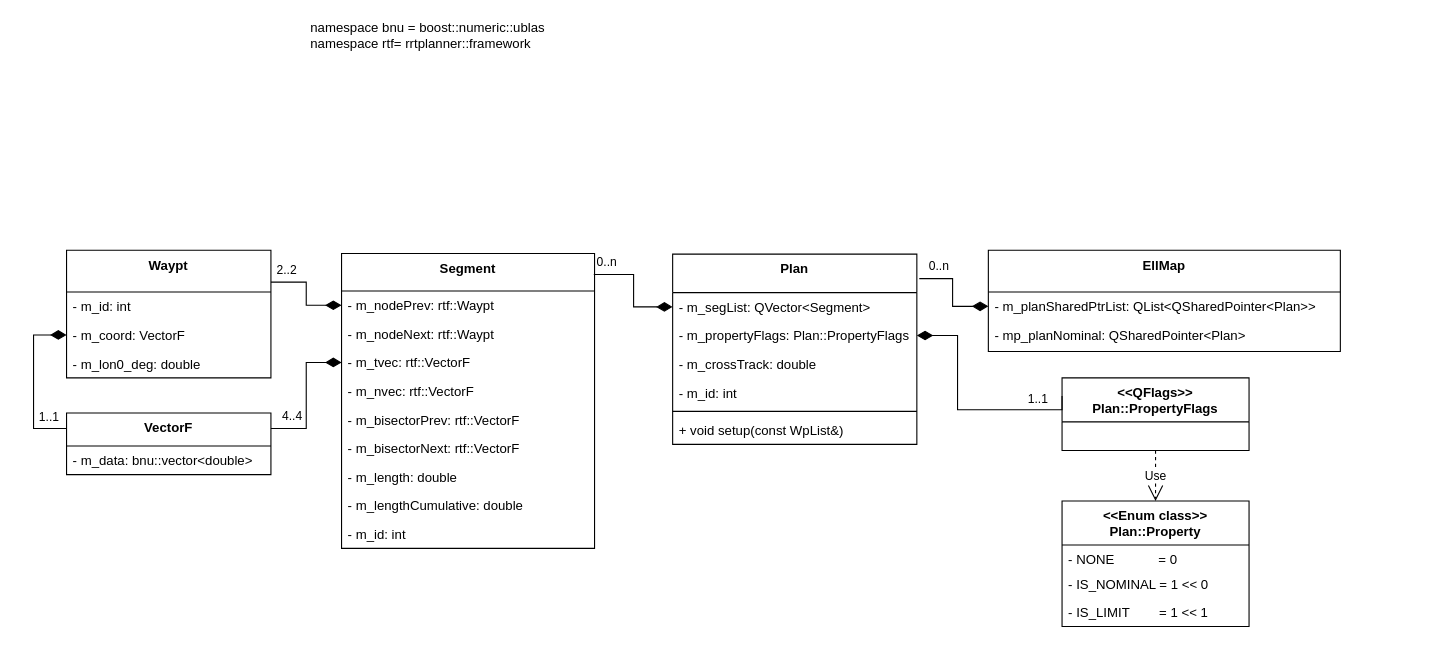
Before: page "Framework: Data Structs" (1 of 6) of doc/RrtPlannerLib.drawio in yewcw75/TestRepo, a draw.io diagram. Source tidied: cells renumbered, new cells numbered last; positions are measured from the earlier drawing's top-left corner, leaving out a move shared by most shapes. Both pictures are drawn from the tidied source at 110%, with x=0, y=0 at pixel (33, 19).
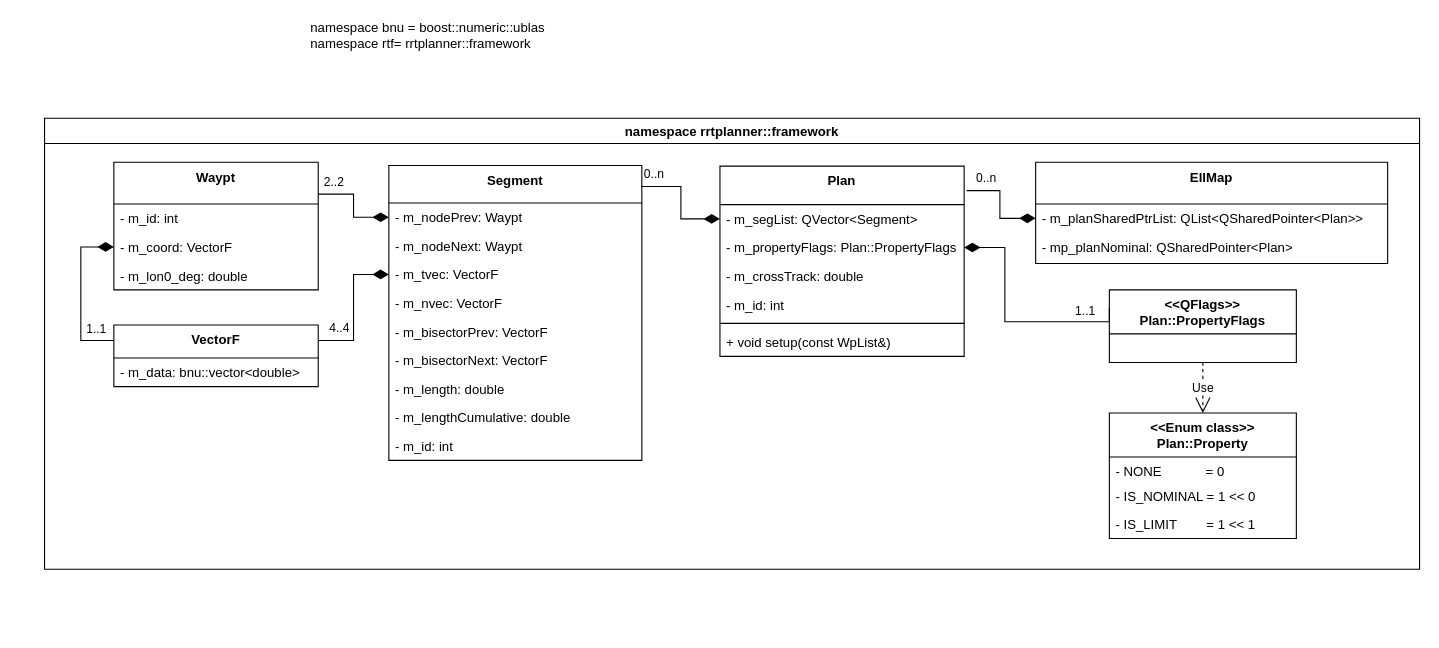
Above is the later version.

Unchanged cells that the change refers to:
```xml
<mxCell id="13" value="- m_segList: QVector&lt;Segment&gt;" style="text;strokeColor=none;fillColor=none;align=left;verticalAlign=top;spacingLeft=4;spacingRight=4;overflow=hidden;points=[[0,0.5],[1,0.5]];portConstraint=eastwest;" parent="12" vertex="1">
  <mxGeometry y="35" width="222" height="26" as="geometry" />
</mxCell>
<mxCell id="14" value="- m_propertyFlags: Plan::PropertyFlags" style="text;strokeColor=none;fillColor=none;align=left;verticalAlign=top;spacingLeft=4;spacingRight=4;overflow=hidden;points=[[0,0.5],[1,0.5]];portConstraint=eastwest;" parent="12" vertex="1">
  <mxGeometry y="61" width="222" height="26" as="geometry" />
</mxCell>
<mxCell id="21" value="- m_planSharedPtrList: QList&lt;QSharedPointer&lt;Plan&gt;&gt;" style="text;strokeColor=none;fillColor=none;align=left;verticalAlign=top;spacingLeft=4;spacingRight=4;overflow=hidden;points=[[0,0.5],[1,0.5]];portConstraint=eastwest;" parent="20" vertex="1">
  <mxGeometry y="38" width="320" height="26" as="geometry" />
</mxCell>
<mxCell id="27" value="- m_coord: VectorF" style="text;strokeColor=none;fillColor=none;align=left;verticalAlign=top;spacingLeft=4;spacingRight=4;overflow=hidden;points=[[0,0.5],[1,0.5]];portConstraint=eastwest;" parent="25" vertex="1">
  <mxGeometry y="64" width="185.8" height="26" as="geometry" />
</mxCell>
```

What changed in the source:
```diff
@@
+    <mxCell id="19" value="namespace bnu = boost::numeric::ublas&lt;br&gt;namespace rtf= rrtplanner::framework" style="text;html=1;strokeColor=none;fillColor=none;align=left;verticalAlign=middle;whiteSpace=wrap;rounded=0;" parent="1" vertex="1">
+      <mxGeometry x="250" width="290" height="30" as="geometry" />
+    </mxCell>
+    <mxCell id="47" value="namespace rrtplanner::framework" style="swimlane;" parent="1" vertex="1">
+      <mxGeometry x="10" y="90" width="1250" height="410" as="geometry" />
+    </mxCell>
-    <mxCell id="2" value="Segment" style="swimlane;fontStyle=1;align=center;verticalAlign=top;horizontal=1;startSize=34;" parent="1" vertex="1">
-      <mxGeometry x="280" y="213" width="230" height="268" as="geometry" />
+    <mxCell id="2" value="Segment" style="swimlane;fontStyle=1;align=center;verticalAlign=top;horizontal=1;startSize=34;" parent="47" vertex="1">
+      <mxGeometry x="313" y="43" width="230" height="268" as="geometry" />
     </mxCell>
-    <mxCell id="3" value="- m_nodePrev: rtf::Waypt" style="text;strokeColor=none;fillColor=none;align=left;verticalAlign=top;spacingLeft=4;spacingRight=4;overflow=hidden;points=[[0,0.5],[1,0.5]];portConstraint=eastwest;" parent="2" vertex="1">
+    <mxCell id="3" value="- m_nodePrev: Waypt" style="text;strokeColor=none;fillColor=none;align=left;verticalAlign=top;spacingLeft=4;spacingRight=4;overflow=hidden;points=[[0,0.5],[1,0.5]];portConstraint=eastwest;" parent="2" vertex="1">
       <mxGeometry y="34" width="230" height="26" as="geometry" />
     </mxCell>
-    <mxCell id="4" value="- m_nodeNext: rtf::Waypt" style="text;strokeColor=none;fillColor=none;align=left;verticalAlign=top;spacingLeft=4;spacingRight=4;overflow=hidden;" parent="2" vertex="1">
+    <mxCell id="4" value="- m_nodeNext: Waypt" style="text;strokeColor=none;fillColor=none;align=left;verticalAlign=top;spacingLeft=4;spacingRight=4;overflow=hidden;" parent="2" vertex="1">
       <mxGeometry y="60" width="230" height="26" as="geometry" />
     </mxCell>
-    <mxCell id="5" value="- m_tvec: rtf::VectorF" style="text;strokeColor=none;fillColor=none;align=left;verticalAlign=top;spacingLeft=4;spacingRight=4;overflow=hidden;points=[[0,0.5],[1,0.5]];portConstraint=eastwest;" parent="2" vertex="1">
+    <mxCell id="5" value="- m_tvec: VectorF" style="text;strokeColor=none;fillColor=none;align=left;verticalAlign=top;spacingLeft=4;spacingRight=4;overflow=hidden;points=[[0,0.5],[1,0.5]];portConstraint=eastwest;" parent="2" vertex="1">
       <mxGeometry y="86" width="230" height="26" as="geometry" />
     </mxCell>
-    <mxCell id="6" value="- m_nvec: rtf::VectorF" style="text;strokeColor=none;fillColor=none;align=left;verticalAlign=top;spacingLeft=4;spacingRight=4;overflow=hidden;" parent="2" vertex="1">
+    <mxCell id="6" value="- m_nvec: VectorF" style="text;strokeColor=none;fillColor=none;align=left;verticalAlign=top;spacingLeft=4;spacingRight=4;overflow=hidden;" parent="2" vertex="1">
       <mxGeometry y="112" width="230" height="26" as="geometry" />
     </mxCell>
-    <mxCell id="7" value="- m_bisectorPrev: rtf::VectorF" style="text;strokeColor=none;fillColor=none;align=left;verticalAlign=top;spacingLeft=4;spacingRight=4;overflow=hidden;" parent="2" vertex="1">
+    <mxCell id="7" value="- m_bisectorPrev: VectorF" style="text;strokeColor=none;fillColor=none;align=left;verticalAlign=top;spacingLeft=4;spacingRight=4;overflow=hidden;" parent="2" vertex="1">
       <mxGeometry y="138" width="230" height="26" as="geometry" />
     </mxCell>
-    <mxCell id="8" value="- m_bisectorNext: rtf::VectorF" style="text;strokeColor=none;fillColor=none;align=left;verticalAlign=top;spacingLeft=4;spacingRight=4;overflow=hidden;" parent="2" vertex="1">
+    <mxCell id="8" value="- m_bisectorNext: VectorF" style="text;strokeColor=none;fillColor=none;align=left;verticalAlign=top;spacingLeft=4;spacingRight=4;overflow=hidden;" parent="2" vertex="1">
       <mxGeometry y="164" width="230" height="26" as="geometry" />
     </mxCell>
@@
-    <mxCell id="12" value="Plan" style="swimlane;fontStyle=1;align=center;verticalAlign=top;horizontal=1;startSize=35;" parent="1" vertex="1">
-      <mxGeometry x="581" y="213.5" width="222" height="173" as="geometry" />
+    <mxCell id="12" value="Plan" style="swimlane;fontStyle=1;align=center;verticalAlign=top;horizontal=1;startSize=35;" parent="47" vertex="1">
+      <mxGeometry x="614" y="43.5" width="222" height="173" as="geometry" />
     </mxCell>
@@
-    <mxCell id="19" value="namespace bnu = boost::numeric::ublas&lt;br&gt;namespace rtf= rrtplanner::framework" style="text;html=1;strokeColor=none;fillColor=none;align=left;verticalAlign=middle;whiteSpace=wrap;rounded=0;" parent="1" vertex="1">
-      <mxGeometry x="250" width="290" height="30" as="geometry" />
-    </mxCell>
-    <mxCell id="20" value="EllMap" style="swimlane;fontStyle=1;align=center;verticalAlign=top;horizontal=1;startSize=38;" parent="1" vertex="1">
-      <mxGeometry x="868" y="210" width="320" height="92" as="geometry" />
+    <mxCell id="20" value="EllMap" style="swimlane;fontStyle=1;align=center;verticalAlign=top;horizontal=1;startSize=38;" parent="47" vertex="1">
+      <mxGeometry x="901" y="40" width="320" height="92" as="geometry" />
     </mxCell>
@@
-    <mxCell id="23" style="endArrow=diamondThin;endFill=1;endSize=12;html=1;rounded=0;edgeStyle=orthogonalEdgeStyle;entryX=0;entryY=0.5;entryDx=0;entryDy=0;exitX=1.01;exitY=0.129;exitDx=0;exitDy=0;exitPerimeter=0;" parent="1" edge="1" source="12" target="21">
+    <mxCell id="23" style="endArrow=diamondThin;endFill=1;endSize=12;html=1;rounded=0;edgeStyle=orthogonalEdgeStyle;entryX=0;entryY=0.5;entryDx=0;entryDy=0;exitX=1.01;exitY=0.129;exitDx=0;exitDy=0;exitPerimeter=0;" parent="47" edge="1" source="12" target="21">
       <mxGeometry relative="1" as="geometry" />
     </mxCell>
@@
-    <mxCell id="25" value="Waypt" style="swimlane;fontStyle=1;align=center;verticalAlign=top;horizontal=1;startSize=38;" parent="1" vertex="1">
-      <mxGeometry x="30" y="210" width="185.8" height="116" as="geometry" />
+    <mxCell id="25" value="Waypt" style="swimlane;fontStyle=1;align=center;verticalAlign=top;horizontal=1;startSize=38;" parent="47" vertex="1">
+      <mxGeometry x="63" y="40" width="185.8" height="116" as="geometry" />
     </mxCell>
@@
-    <mxCell id="29" value="VectorF" style="swimlane;fontStyle=1;align=center;verticalAlign=top;horizontal=1;startSize=30;" parent="1" vertex="1">
-      <mxGeometry x="30" y="358" width="185.8" height="56" as="geometry" />
+    <mxCell id="29" value="VectorF" style="swimlane;fontStyle=1;align=center;verticalAlign=top;horizontal=1;startSize=30;" parent="47" vertex="1">
+      <mxGeometry x="63" y="188" width="185.8" height="56" as="geometry" />
     </mxCell>
@@
-    <mxCell id="31" value="&lt;&lt;Enum class&gt;&gt;&#10;Plan::Property" style="swimlane;fontStyle=1;align=center;verticalAlign=top;horizontal=1;startSize=40;" parent="1" vertex="1">
-      <mxGeometry x="935" y="438" width="170" height="114" as="geometry" />
+    <mxCell id="31" value="&lt;&lt;Enum class&gt;&gt;&#10;Plan::Property" style="swimlane;fontStyle=1;align=center;verticalAlign=top;horizontal=1;startSize=40;" parent="47" vertex="1">
+      <mxGeometry x="968" y="268" width="170" height="114" as="geometry" />
     </mxCell>
@@
-    <mxCell id="35" value="&lt;&lt;QFlags&gt;&gt;&#10;Plan::PropertyFlags" style="swimlane;fontStyle=1;align=center;verticalAlign=top;horizontal=1;startSize=40;" parent="1" vertex="1">
-      <mxGeometry x="935" y="326" width="170" height="66" as="geometry" />
+    <mxCell id="35" value="&lt;&lt;QFlags&gt;&gt;&#10;Plan::PropertyFlags" style="swimlane;fontStyle=1;align=center;verticalAlign=top;horizontal=1;startSize=40;" parent="47" vertex="1">
+      <mxGeometry x="968" y="156" width="170" height="66" as="geometry" />
     </mxCell>
-    <mxCell id="36" value="Use" style="endArrow=open;endSize=12;dashed=1;html=1;rounded=0;exitX=0.5;exitY=1;exitDx=0;exitDy=0;entryX=0.5;entryY=0;entryDx=0;entryDy=0;" parent="1" edge="1" source="35" target="31">
+    <mxCell id="36" value="Use" style="endArrow=open;endSize=12;dashed=1;html=1;rounded=0;exitX=0.5;exitY=1;exitDx=0;exitDy=0;entryX=0.5;entryY=0;entryDx=0;entryDy=0;" parent="47" edge="1" source="35" target="31">
       <mxGeometry relative="1" as="geometry" />
     </mxCell>
-    <mxCell id="37" style="endArrow=diamondThin;endFill=1;endSize=12;html=1;rounded=0;exitX=0;exitY=0.25;exitDx=0;exitDy=0;edgeStyle=orthogonalEdgeStyle;entryX=1;entryY=0.5;entryDx=0;entryDy=0;" parent="1" edge="1" source="35" target="14">
+    <mxCell id="37" style="endArrow=diamondThin;endFill=1;endSize=12;html=1;rounded=0;exitX=0;exitY=0.25;exitDx=0;exitDy=0;edgeStyle=orthogonalEdgeStyle;entryX=1;entryY=0.5;entryDx=0;entryDy=0;" parent="47" edge="1" source="35" target="14">
       <mxGeometry relative="1" as="geometry">
         <Array as="points">
-          <mxPoint x="840" y="355" />
-          <mxPoint x="840" y="288" />
+          <mxPoint x="873" y="185" />
+          <mxPoint x="873" y="118" />
         </Array>
       </mxGeometry>
     </mxCell>
@@
-    <mxCell id="39" style="endArrow=diamondThin;endFill=1;endSize=12;html=1;rounded=0;edgeStyle=orthogonalEdgeStyle;entryX=0;entryY=0.5;entryDx=0;entryDy=0;exitX=0.997;exitY=0.071;exitDx=0;exitDy=0;exitPerimeter=0;" parent="1" edge="1" source="2" target="13">
+    <mxCell id="39" style="endArrow=diamondThin;endFill=1;endSize=12;html=1;rounded=0;edgeStyle=orthogonalEdgeStyle;entryX=0;entryY=0.5;entryDx=0;entryDy=0;exitX=0.997;exitY=0.071;exitDx=0;exitDy=0;exitPerimeter=0;" parent="47" edge="1" source="2" target="13">
       <mxGeometry relative="1" as="geometry" />
     </mxCell>
@@
-    <mxCell id="41" style="endArrow=diamondThin;endFill=1;endSize=12;html=1;rounded=0;edgeStyle=orthogonalEdgeStyle;entryX=0;entryY=0.5;entryDx=0;entryDy=0;exitX=1;exitY=0.25;exitDx=0;exitDy=0;" parent="1" edge="1" source="25" target="3">
+    <mxCell id="41" style="endArrow=diamondThin;endFill=1;endSize=12;html=1;rounded=0;edgeStyle=orthogonalEdgeStyle;entryX=0;entryY=0.5;entryDx=0;entryDy=0;exitX=1;exitY=0.25;exitDx=0;exitDy=0;" parent="47" edge="1" source="25" target="3">
       <mxGeometry relative="1" as="geometry" />
     </mxCell>
@@
-    <mxCell id="43" style="endArrow=diamondThin;endFill=1;endSize=12;html=1;rounded=0;edgeStyle=orthogonalEdgeStyle;entryX=0;entryY=0.5;entryDx=0;entryDy=0;exitX=1;exitY=0.25;exitDx=0;exitDy=0;" parent="1" edge="1" source="29" target="5">
+    <mxCell id="43" style="endArrow=diamondThin;endFill=1;endSize=12;html=1;rounded=0;edgeStyle=orthogonalEdgeStyle;entryX=0;entryY=0.5;entryDx=0;entryDy=0;exitX=1;exitY=0.25;exitDx=0;exitDy=0;" parent="47" edge="1" source="29" target="5">
       <mxGeometry relative="1" as="geometry" />
     </mxCell>
@@
-    <mxCell id="45" style="endArrow=diamondThin;endFill=1;endSize=12;html=1;rounded=0;edgeStyle=orthogonalEdgeStyle;entryX=0;entryY=0.5;entryDx=0;entryDy=0;exitX=0;exitY=0.25;exitDx=0;exitDy=0;" parent="1" edge="1" source="29" target="27">
+    <mxCell id="45" style="endArrow=diamondThin;endFill=1;endSize=12;html=1;rounded=0;edgeStyle=orthogonalEdgeStyle;entryX=0;entryY=0.5;entryDx=0;entryDy=0;exitX=0;exitY=0.25;exitDx=0;exitDy=0;" parent="47" edge="1" source="29" target="27">
       <mxGeometry relative="1" as="geometry">
         <Array as="points">
-          <mxPoint y="372" />
-          <mxPoint y="287" />
+          <mxPoint x="33" y="202" />
+          <mxPoint x="33" y="117" />
         </Array>
       </mxGeometry>
     </mxCell>
```
